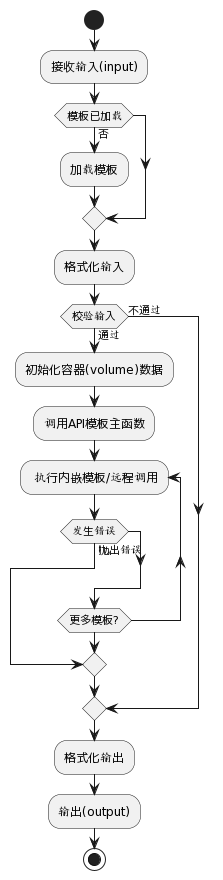
This is active.png from suifengpiao14/templatemap, a PlantUML export, as it was before one commit.
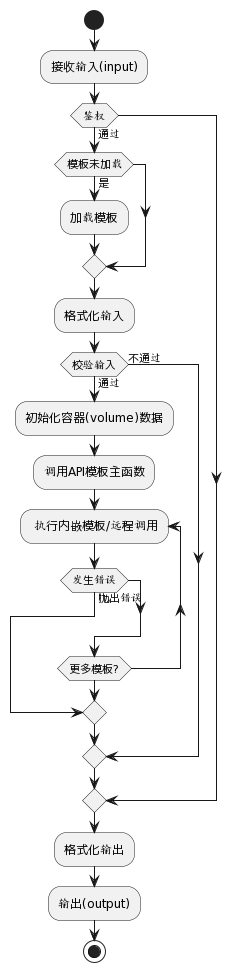
Above is the later version.

The edit, as a diff of the source:
```diff
@@ -1,7 +1,8 @@
 @startuml
 start
   :接收输入(input);
-  if(模板已加载) equals(否)then
+  if(鉴权) then(通过)
+  if(模板未加载) then(是)
    :加载模板;
  endif
 :格式化输入;
@@ -15,6 +16,7 @@
 repeat while (更多模板?)
 else(不通过)
 endif
+endif
 :格式化输出;
 :输出(output);
 stop
```
